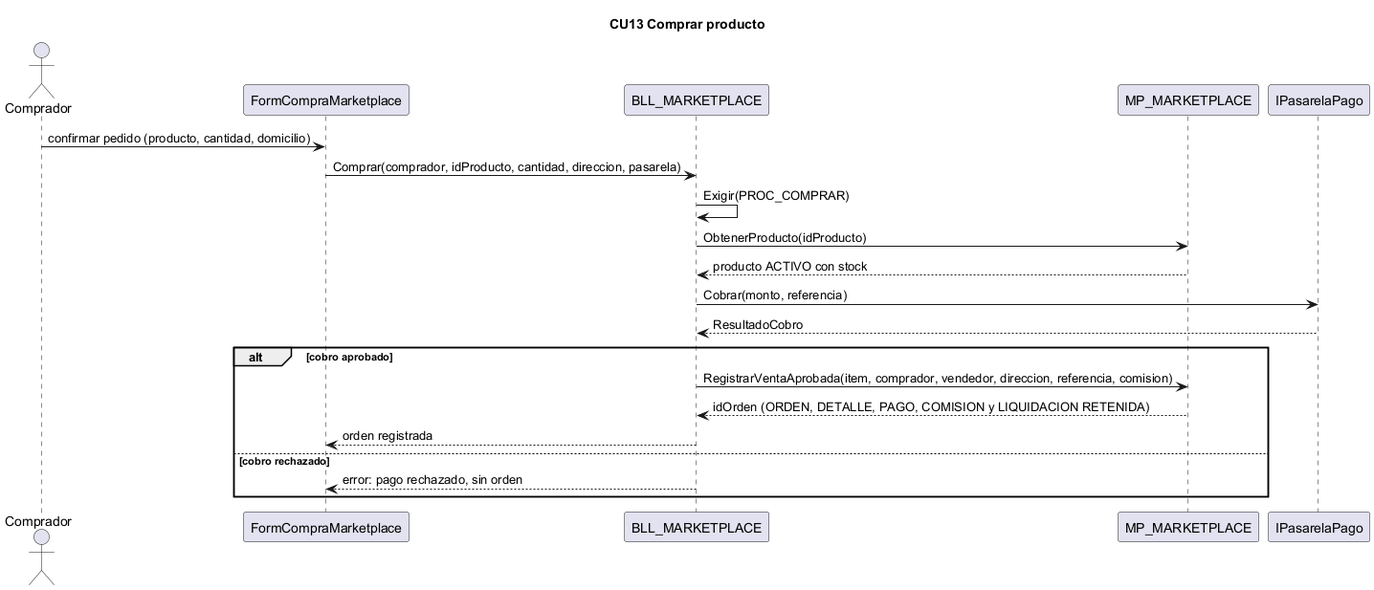
L-Muniz/uai-diploma_2026 keeps this PlantUML diagram as docs/diagramas/secuencias_png/CU13.png. Above is the earlier version. The source it was exported from:
```plantuml
@startuml CU13
title CU13 Comprar producto
actor Comprador
participant "FormCompraMarketplace" as IU
participant "BLL_MARKETPLACE" as BLL
participant "MP_MARKETPLACE" as DAL
participant "IPasarelaPago" as PAS
Comprador -> IU : confirmar pedido (producto, cantidad, domicilio)
IU -> BLL : Comprar(comprador, idProducto, cantidad, direccion, pasarela)
BLL -> BLL : Exigir(PROC_COMPRAR)
BLL -> DAL : ObtenerProducto(idProducto)
DAL --> BLL : producto ACTIVO con stock
BLL -> PAS : Cobrar(monto, referencia)
PAS --> BLL : ResultadoCobro
alt cobro aprobado
  BLL -> DAL : RegistrarVentaAprobada(item, comprador, vendedor, direccion, referencia, comision)
  DAL --> BLL : idOrden (ORDEN, DETALLE, PAGO, COMISION y LIQUIDACION RETENIDA)
  BLL --> IU : orden registrada
else cobro rechazado
  BLL --> IU : error: pago rechazado, sin orden
end
@enduml
```
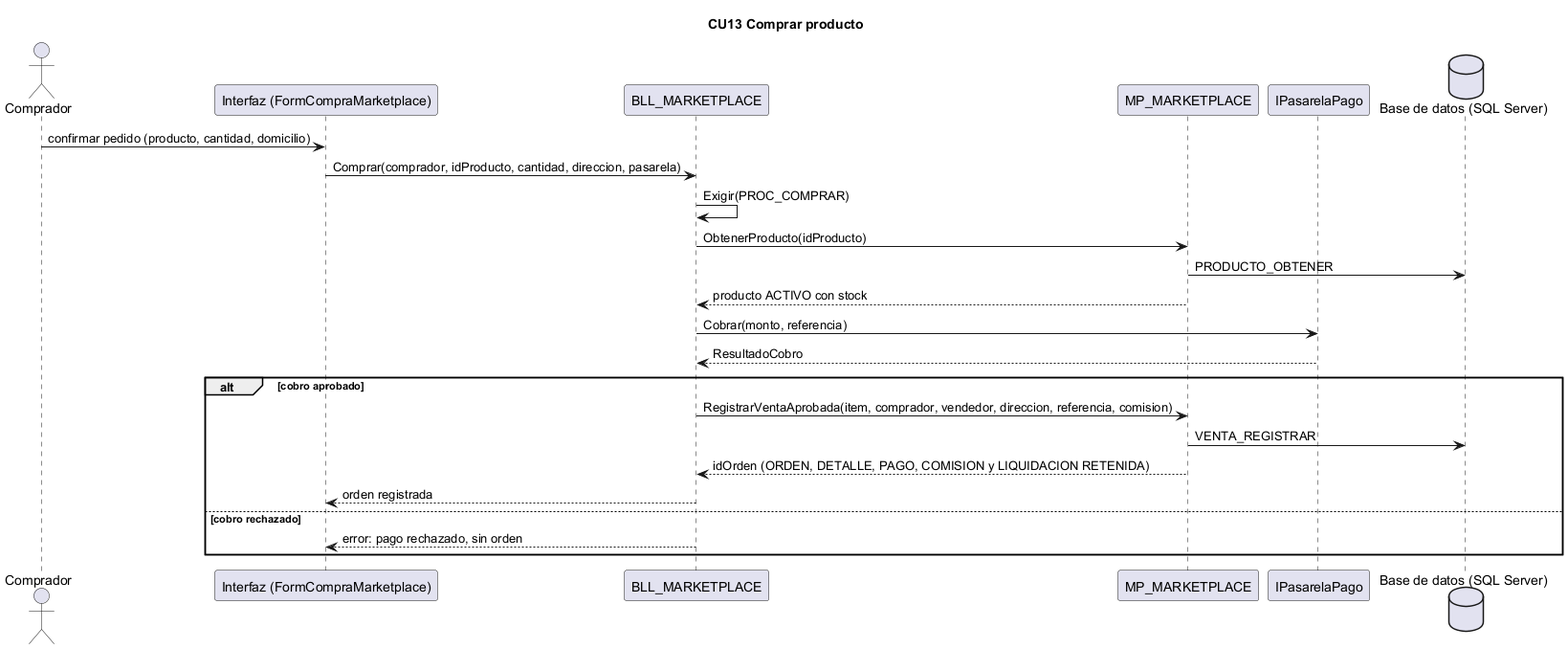
After the change.

Change to the diagram source:
```diff
@@ -1,19 +1,22 @@
 @startuml CU13
 title CU13 Comprar producto
 actor Comprador
-participant "FormCompraMarketplace" as IU
+participant "Interfaz (FormCompraMarketplace)" as IU
 participant "BLL_MARKETPLACE" as BLL
 participant "MP_MARKETPLACE" as DAL
 participant "IPasarelaPago" as PAS
+database "Base de datos (SQL Server)" as BD
 Comprador -> IU : confirmar pedido (producto, cantidad, domicilio)
 IU -> BLL : Comprar(comprador, idProducto, cantidad, direccion, pasarela)
 BLL -> BLL : Exigir(PROC_COMPRAR)
 BLL -> DAL : ObtenerProducto(idProducto)
+DAL -> BD : PRODUCTO_OBTENER
 DAL --> BLL : producto ACTIVO con stock
 BLL -> PAS : Cobrar(monto, referencia)
 PAS --> BLL : ResultadoCobro
 alt cobro aprobado
   BLL -> DAL : RegistrarVentaAprobada(item, comprador, vendedor, direccion, referencia, comision)
+DAL -> BD : VENTA_REGISTRAR
   DAL --> BLL : idOrden (ORDEN, DETALLE, PAGO, COMISION y LIQUIDACION RETENIDA)
   BLL --> IU : orden registrada
 else cobro rechazado
```
